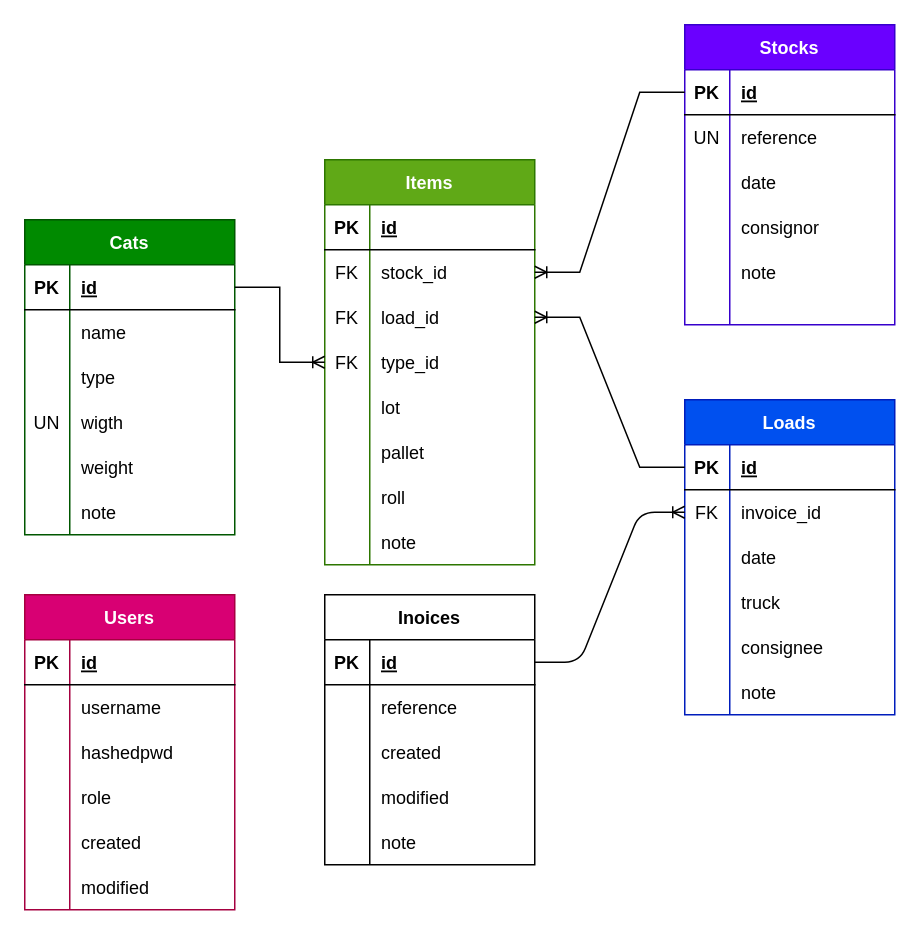
The draw.io diagram db_schema.drawio in bdoobd/evalam, before the edit. Source tidied: cells renumbered, new cells numbered last; positions are measured from the earlier drawing's top-left corner, leaving out a move shared by most shapes. Both pictures are drawn from the tidied source at 150%, with x=0, y=0 at pixel (24, 24).
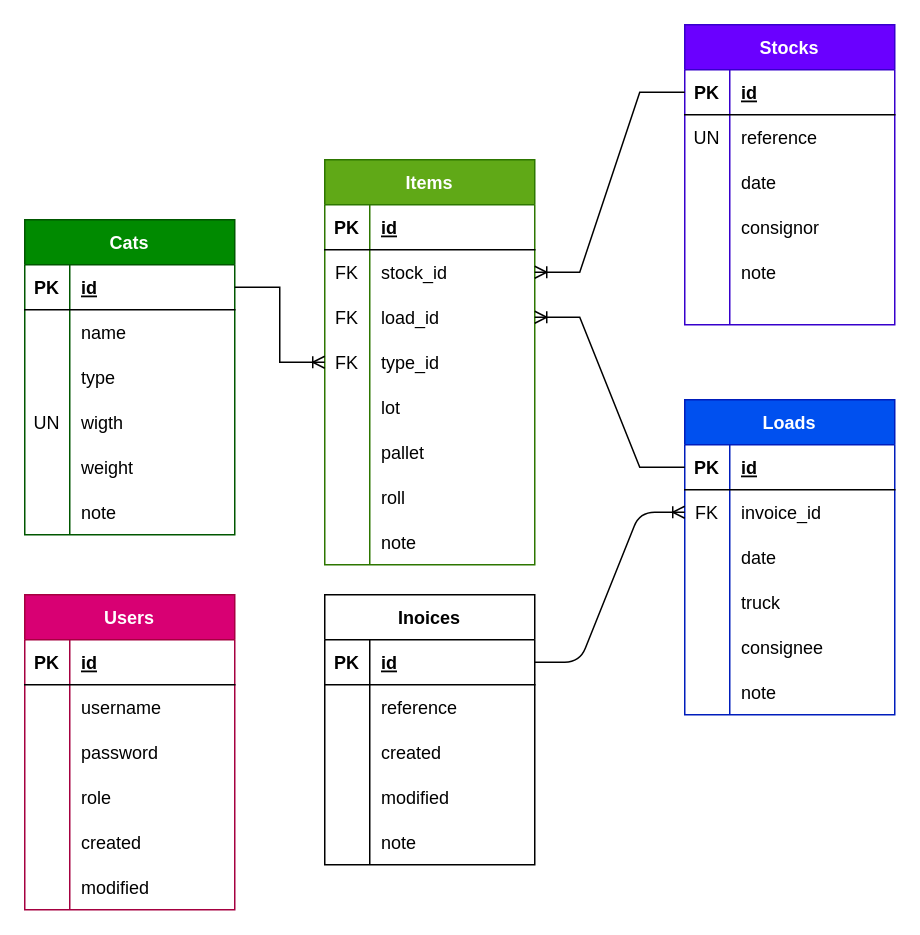
The same diagram, later.

The change refers to these unchanged cells:
```xml
<mxCell id="111" style="shape=tableRow;horizontal=0;startSize=0;swimlaneHead=0;swimlaneBody=0;fillColor=none;top=0;left=0;right=0;bottom=0;" parent="104" vertex="1">
  <mxGeometry y="90" width="140" height="30" as="geometry" />
</mxCell>
```

Diff of the diagram source:
```diff
@@
-    <mxCell id="113" value="hashedpwd" style="shape=partialRectangle;fillColor=none;top=0;left=0;bottom=0;right=0;align=left;spacingLeft=6;overflow=hidden;" parent="111" vertex="1">
+    <mxCell id="113" value="password" style="shape=partialRectangle;fillColor=none;top=0;left=0;bottom=0;right=0;align=left;spacingLeft=6;overflow=hidden;" parent="111" vertex="1">
       <mxGeometry x="30" width="110" height="30" as="geometry" />
     </mxCell>
```
